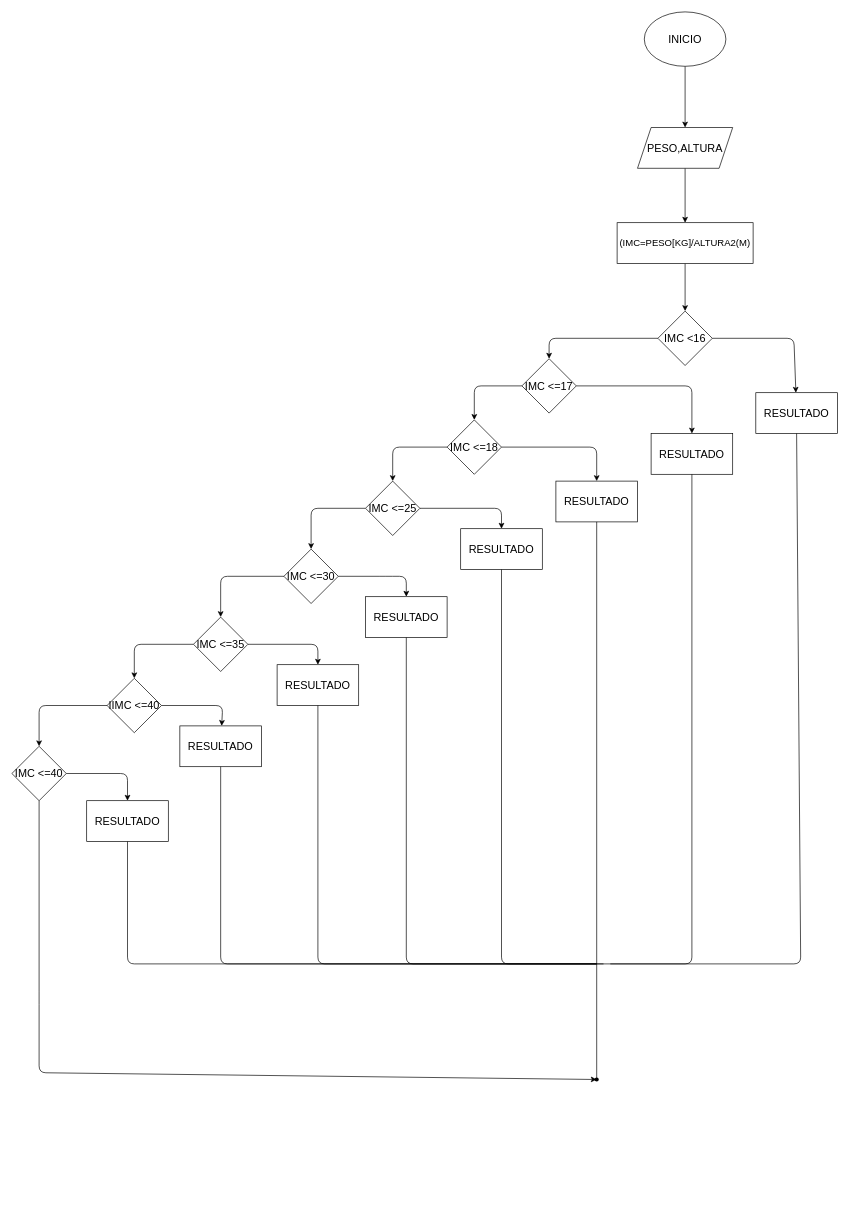
The draw.io diagram Ejercicio-4/Diagrama.drawio in danybenitez17/taller_condicioales, before the edit. Source tidied: cells renumbered, new cells numbered last; positions are measured from the earlier drawing's top-left corner, leaving out a move shared by most shapes. Both pictures are drawn from the tidied source at 68%, with x=0, y=0 at pixel (12, 12).
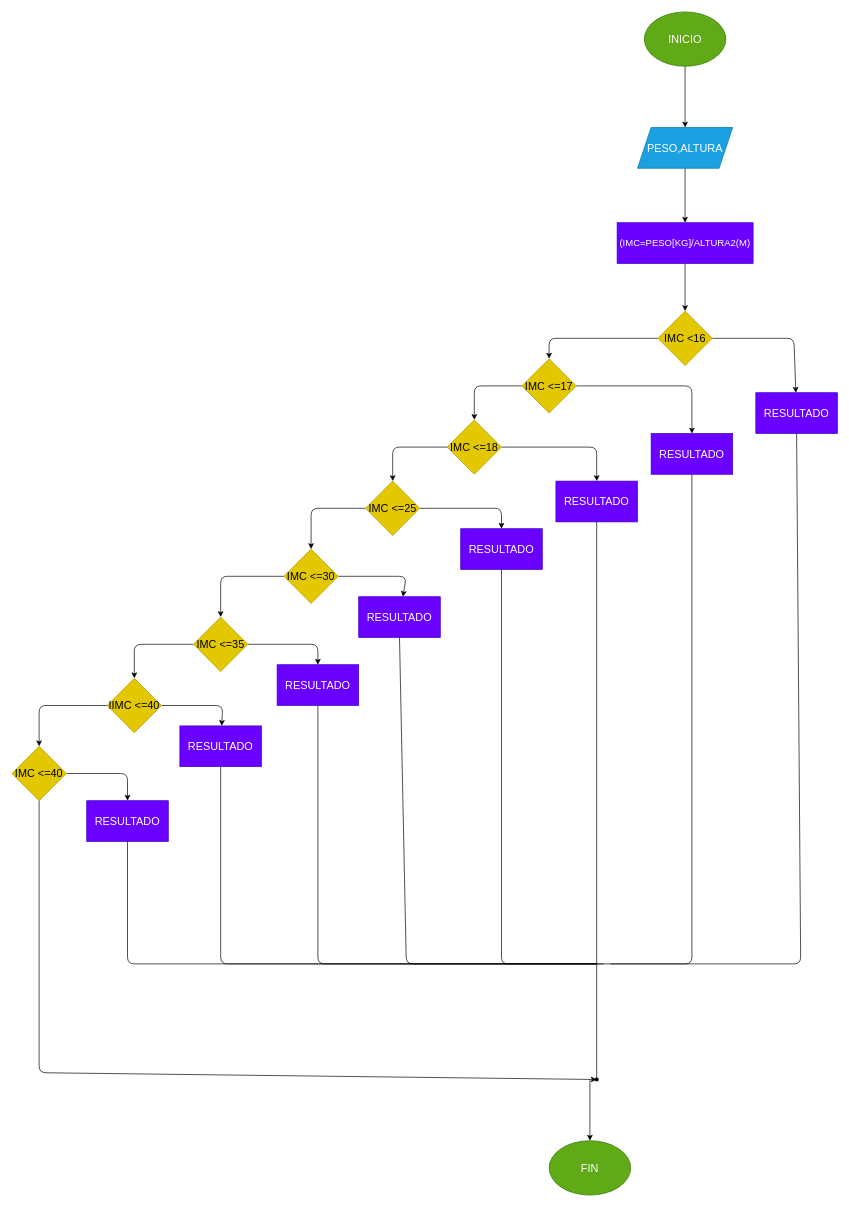
The same page after the edit.

Commit message (it also covers changes not shown here):
se realizo analisis y diseño

The edit, as a diff of the source:
```diff
@@
-    <mxCell id="3" value="&lt;font size=&quot;3&quot;&gt;INICIO&lt;/font&gt;" style="ellipse;whiteSpace=wrap;html=1;" parent="1" vertex="1">
+    <mxCell id="3" value="&lt;font size=&quot;3&quot;&gt;INICIO&lt;/font&gt;" style="ellipse;whiteSpace=wrap;html=1;fillColor=#60a917;fontColor=#ffffff;strokeColor=#2D7600;" parent="1" vertex="1">
       <mxGeometry x="930" width="120" height="80" as="geometry" />
     </mxCell>
@@
-    <mxCell id="5" value="&lt;font size=&quot;3&quot;&gt;PESO,ALTURA&lt;/font&gt;" style="shape=parallelogram;perimeter=parallelogramPerimeter;whiteSpace=wrap;html=1;fixedSize=1;" parent="1" vertex="1">
+    <mxCell id="5" value="&lt;font size=&quot;3&quot;&gt;PESO,ALTURA&lt;/font&gt;" style="shape=parallelogram;perimeter=parallelogramPerimeter;whiteSpace=wrap;html=1;fixedSize=1;fillColor=#1ba1e2;fontColor=#ffffff;strokeColor=#006EAF;" parent="1" vertex="1">
       <mxGeometry x="920" y="170" width="140" height="60" as="geometry" />
     </mxCell>
@@
-    <mxCell id="7" value="&lt;font style=&quot;font-size: 14px;&quot;&gt;(IMC=PESO[KG]/ALTURA2(M)&lt;/font&gt;" style="whiteSpace=wrap;html=1;" parent="1" vertex="1">
+    <mxCell id="7" value="&lt;font style=&quot;font-size: 14px;&quot;&gt;(IMC=PESO[KG]/ALTURA2(M)&lt;/font&gt;" style="whiteSpace=wrap;html=1;fillColor=#6a00ff;fontColor=#ffffff;strokeColor=#3700CC;" parent="1" vertex="1">
       <mxGeometry x="890" y="310" width="200" height="60" as="geometry" />
     </mxCell>
@@
-    <mxCell id="10" value="&lt;font size=&quot;3&quot;&gt;IMC &amp;lt;16&lt;/font&gt;" style="rhombus;whiteSpace=wrap;html=1;" parent="1" vertex="1">
+    <mxCell id="10" value="&lt;font size=&quot;3&quot;&gt;IMC &amp;lt;16&lt;/font&gt;" style="rhombus;whiteSpace=wrap;html=1;fillColor=#e3c800;fontColor=#000000;strokeColor=#B09500;" parent="1" vertex="1">
       <mxGeometry x="950" y="440" width="80" height="80" as="geometry" />
     </mxCell>
@@
-    <mxCell id="13" value="&lt;font size=&quot;3&quot;&gt;IMC &amp;lt;=17&lt;/font&gt;" style="rhombus;whiteSpace=wrap;html=1;" parent="1" vertex="1">
+    <mxCell id="13" value="&lt;font size=&quot;3&quot;&gt;IMC &amp;lt;=17&lt;/font&gt;" style="rhombus;whiteSpace=wrap;html=1;fillColor=#e3c800;fontColor=#000000;strokeColor=#B09500;" parent="1" vertex="1">
       <mxGeometry x="750" y="510" width="80" height="80" as="geometry" />
     </mxCell>
-    <mxCell id="14" value="&lt;font size=&quot;3&quot;&gt;RESULTADO&lt;br&gt;&lt;/font&gt;" style="whiteSpace=wrap;html=1;" parent="1" vertex="1">
+    <mxCell id="14" value="&lt;font size=&quot;3&quot;&gt;RESULTADO&lt;br&gt;&lt;/font&gt;" style="whiteSpace=wrap;html=1;fillColor=#6a00ff;fontColor=#ffffff;strokeColor=#3700CC;" parent="1" vertex="1">
       <mxGeometry x="1094" y="560" width="120" height="60" as="geometry" />
     </mxCell>
-    <mxCell id="15" value="&lt;font size=&quot;3&quot;&gt;RESULTADO&lt;/font&gt;" style="whiteSpace=wrap;html=1;" parent="1" vertex="1">
+    <mxCell id="15" value="&lt;font size=&quot;3&quot;&gt;RESULTADO&lt;/font&gt;" style="whiteSpace=wrap;html=1;fillColor=#6a00ff;fontColor=#ffffff;strokeColor=#3700CC;" parent="1" vertex="1">
       <mxGeometry x="940" y="620" width="120" height="60" as="geometry" />
     </mxCell>
@@
-    <mxCell id="18" value="&lt;font size=&quot;3&quot;&gt;IMC &amp;lt;=18&lt;/font&gt;" style="rhombus;whiteSpace=wrap;html=1;" parent="1" vertex="1">
+    <mxCell id="18" value="&lt;font size=&quot;3&quot;&gt;IMC &amp;lt;=18&lt;/font&gt;" style="rhombus;whiteSpace=wrap;html=1;fillColor=#e3c800;fontColor=#000000;strokeColor=#B09500;" parent="1" vertex="1">
       <mxGeometry x="640" y="600" width="80" height="80" as="geometry" />
     </mxCell>
@@
-    <mxCell id="21" value="&lt;font size=&quot;3&quot;&gt;IMC &amp;lt;=25&lt;/font&gt;" style="rhombus;whiteSpace=wrap;html=1;" parent="1" vertex="1">
+    <mxCell id="21" value="&lt;font size=&quot;3&quot;&gt;IMC &amp;lt;=25&lt;/font&gt;" style="rhombus;whiteSpace=wrap;html=1;fillColor=#e3c800;fontColor=#000000;strokeColor=#B09500;" parent="1" vertex="1">
       <mxGeometry x="520" y="690" width="80" height="80" as="geometry" />
     </mxCell>
@@
-    <mxCell id="24" value="&lt;font size=&quot;3&quot;&gt;IMC &amp;lt;=30&lt;/font&gt;" style="rhombus;whiteSpace=wrap;html=1;" parent="1" vertex="1">
+    <mxCell id="24" value="&lt;font size=&quot;3&quot;&gt;IMC &amp;lt;=30&lt;/font&gt;" style="rhombus;whiteSpace=wrap;html=1;fillColor=#e3c800;fontColor=#000000;strokeColor=#B09500;" parent="1" vertex="1">
       <mxGeometry x="400" y="790" width="80" height="80" as="geometry" />
     </mxCell>
@@
-    <mxCell id="27" value="&lt;font size=&quot;3&quot;&gt;IMC &amp;lt;=35&lt;/font&gt;" style="rhombus;whiteSpace=wrap;html=1;" parent="1" vertex="1">
+    <mxCell id="27" value="&lt;font size=&quot;3&quot;&gt;IMC &amp;lt;=35&lt;/font&gt;" style="rhombus;whiteSpace=wrap;html=1;fillColor=#e3c800;fontColor=#000000;strokeColor=#B09500;" parent="1" vertex="1">
       <mxGeometry x="267" y="890" width="80" height="80" as="geometry" />
     </mxCell>
@@
-    <mxCell id="30" value="&lt;font size=&quot;3&quot;&gt;IIMC &amp;lt;=40&lt;/font&gt;" style="rhombus;whiteSpace=wrap;html=1;" parent="1" vertex="1">
+    <mxCell id="30" value="&lt;font size=&quot;3&quot;&gt;IIMC &amp;lt;=40&lt;/font&gt;" style="rhombus;whiteSpace=wrap;html=1;fillColor=#e3c800;fontColor=#000000;strokeColor=#B09500;" parent="1" vertex="1">
       <mxGeometry x="140" y="980" width="80" height="80" as="geometry" />
     </mxCell>
@@
-    <mxCell id="33" value="&lt;font size=&quot;3&quot;&gt;IMC &amp;lt;=40&lt;/font&gt;" style="rhombus;whiteSpace=wrap;html=1;" parent="1" vertex="1">
+    <mxCell id="33" value="&lt;font size=&quot;3&quot;&gt;IMC &amp;lt;=40&lt;/font&gt;" style="rhombus;whiteSpace=wrap;html=1;fillColor=#e3c800;fontColor=#000000;strokeColor=#B09500;" parent="1" vertex="1">
       <mxGeometry y="1080" width="80" height="80" as="geometry" />
     </mxCell>
-    <mxCell id="34" value="&lt;font size=&quot;3&quot;&gt;RESULTADO&lt;/font&gt;" style="whiteSpace=wrap;html=1;" parent="1" vertex="1">
-      <mxGeometry x="520" y="860" width="120" height="60" as="geometry" />
+    <mxCell id="34" value="&lt;font size=&quot;3&quot;&gt;RESULTADO&lt;/font&gt;" style="whiteSpace=wrap;html=1;fillColor=#6a00ff;fontColor=#ffffff;strokeColor=#3700CC;" parent="1" vertex="1">
+      <mxGeometry x="510" y="860" width="120" height="60" as="geometry" />
     </mxCell>
-    <mxCell id="35" value="&lt;font size=&quot;3&quot;&gt;RESULTADO&lt;/font&gt;" style="whiteSpace=wrap;html=1;" parent="1" vertex="1">
+    <mxCell id="35" value="&lt;font size=&quot;3&quot;&gt;RESULTADO&lt;/font&gt;" style="whiteSpace=wrap;html=1;fillColor=#6a00ff;fontColor=#ffffff;strokeColor=#3700CC;" parent="1" vertex="1">
       <mxGeometry x="800" y="690" width="120" height="60" as="geometry" />
     </mxCell>
-    <mxCell id="36" value="&lt;font size=&quot;3&quot;&gt;RESULTADO&lt;/font&gt;" style="whiteSpace=wrap;html=1;" parent="1" vertex="1">
+    <mxCell id="36" value="&lt;font size=&quot;3&quot;&gt;RESULTADO&lt;/font&gt;" style="whiteSpace=wrap;html=1;fillColor=#6a00ff;fontColor=#ffffff;strokeColor=#3700CC;" parent="1" vertex="1">
       <mxGeometry x="660" y="760" width="120" height="60" as="geometry" />
     </mxCell>
-    <mxCell id="37" value="&lt;font size=&quot;3&quot;&gt;RESULTADO&lt;/font&gt;" style="whiteSpace=wrap;html=1;" parent="1" vertex="1">
+    <mxCell id="37" value="&lt;font size=&quot;3&quot;&gt;RESULTADO&lt;/font&gt;" style="whiteSpace=wrap;html=1;fillColor=#6a00ff;fontColor=#ffffff;strokeColor=#3700CC;" parent="1" vertex="1">
       <mxGeometry x="390" y="960" width="120" height="60" as="geometry" />
     </mxCell>
-    <mxCell id="38" value="&lt;font size=&quot;3&quot;&gt;RESULTADO&lt;/font&gt;" style="whiteSpace=wrap;html=1;" parent="1" vertex="1">
+    <mxCell id="38" value="&lt;font size=&quot;3&quot;&gt;RESULTADO&lt;/font&gt;" style="whiteSpace=wrap;html=1;fillColor=#6a00ff;fontColor=#ffffff;strokeColor=#3700CC;" parent="1" vertex="1">
       <mxGeometry x="247" y="1050" width="120" height="60" as="geometry" />
     </mxCell>
-    <mxCell id="39" value="&lt;font size=&quot;3&quot;&gt;RESULTADO&lt;/font&gt;" style="whiteSpace=wrap;html=1;" parent="1" vertex="1">
+    <mxCell id="39" value="&lt;font size=&quot;3&quot;&gt;RESULTADO&lt;/font&gt;" style="whiteSpace=wrap;html=1;fillColor=#6a00ff;fontColor=#ffffff;strokeColor=#3700CC;" parent="1" vertex="1">
       <mxGeometry x="110" y="1160" width="120" height="60" as="geometry" />
     </mxCell>
@@
+    <mxCell id="50" value="&lt;font size=&quot;3&quot;&gt;FIN&lt;/font&gt;" style="ellipse;whiteSpace=wrap;html=1;sketch=0;fillColor=#60a917;fontColor=#ffffff;strokeColor=#2D7600;" parent="1" vertex="1">
+      <mxGeometry x="790" y="1660" width="120" height="80" as="geometry" />
+    </mxCell>
+    <mxCell id="51" style="endArrow=classic;html=1;fontSize=18;entryX=0.5;entryY=0;entryDx=0;entryDy=0;" parent="1" edge="1" target="50">
+      <mxGeometry relative="1" as="geometry">
+        <mxPoint x="850" y="1570" as="sourcePoint" />
+      </mxGeometry>
+    </mxCell>
```
